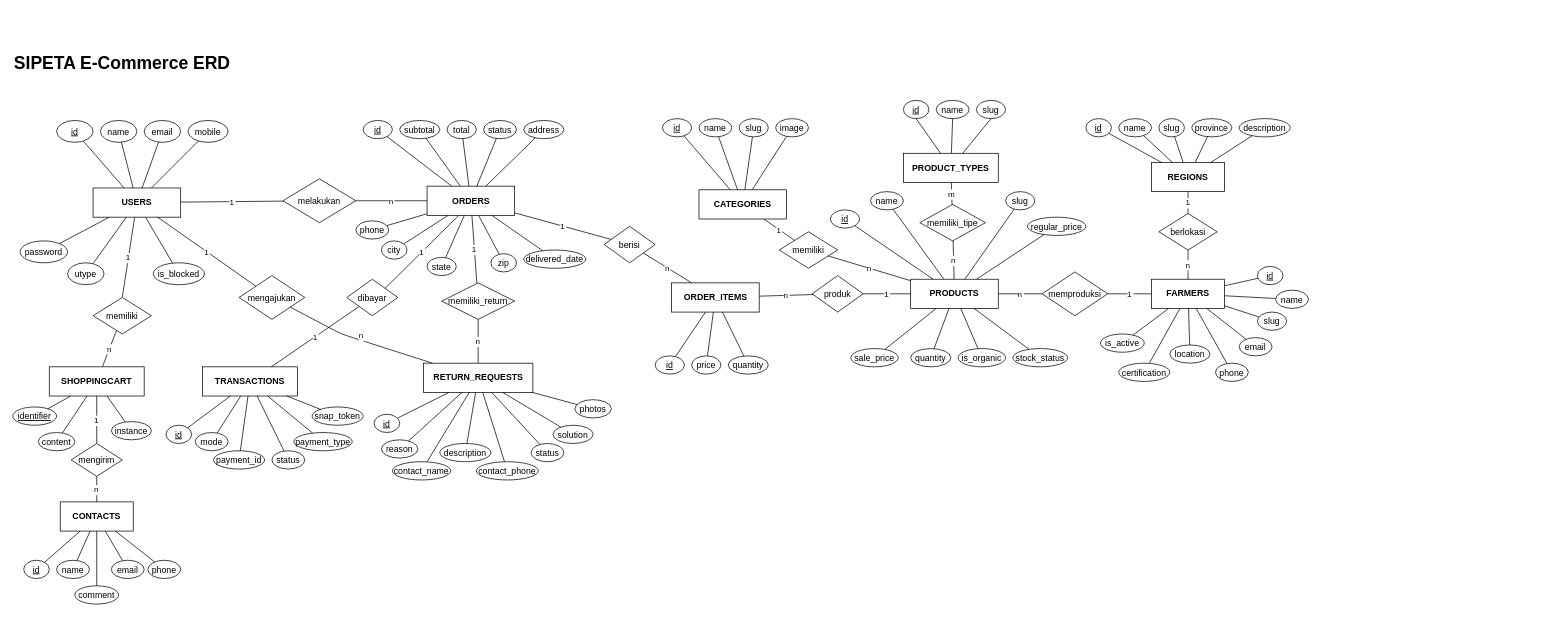
ANNN0/SIPETA keeps this draw.io diagram as page "SIPETA ERD" (1 of 2) of docs/sipeta_erd_chen.drawio. Above is the earlier version. Source tidied: cells renumbered, new cells numbered last; positions are measured from the earlier drawing's top-left corner, leaving out a move shared by most shapes. Both pictures are drawn from the tidied source at 73%, with x=0, y=0 at pixel (12, 49).
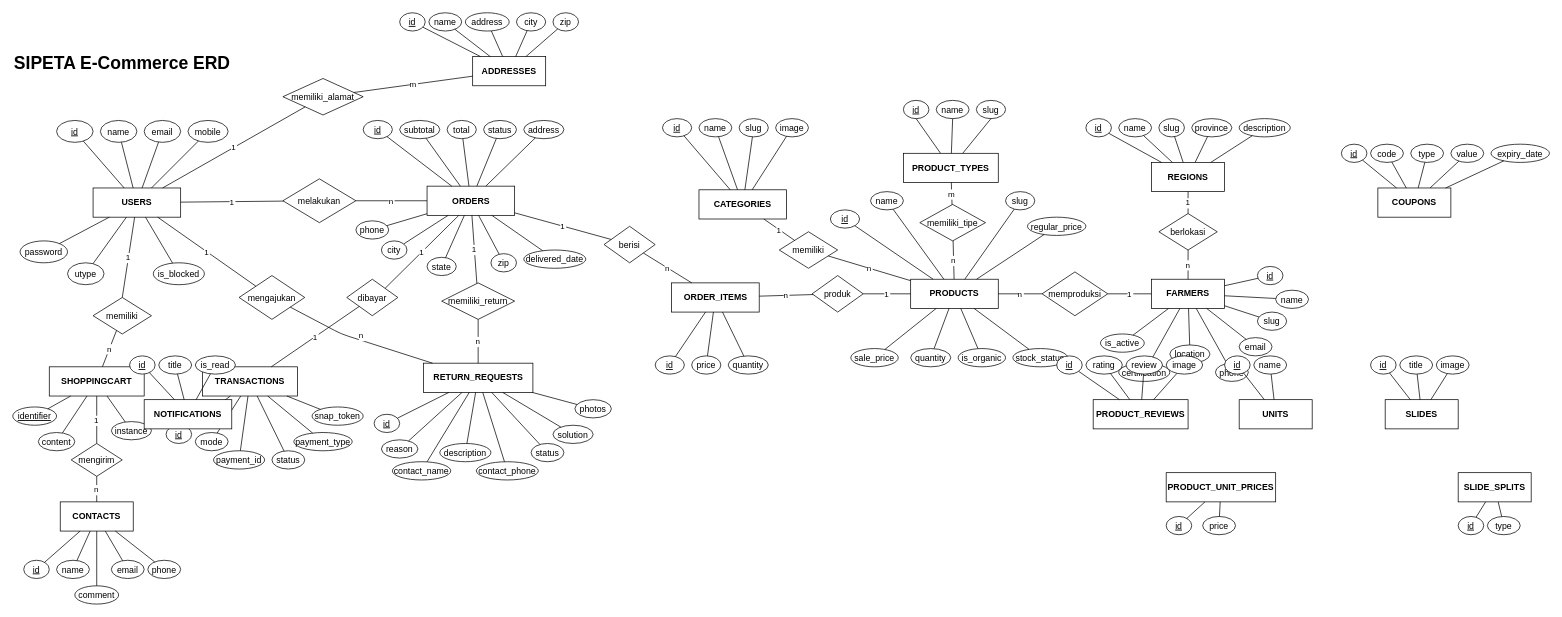
Above is the later version.

The change refers to these unchanged cells:
```xml
<mxCell id="3" value="USERS" style="rounded=0;whiteSpace=wrap;html=1;fontStyle=1;fillColor=#ffffff;strokeColor=#000000;" parent="1" vertex="1">
  <mxGeometry x="110" y="190" width="120" height="40" as="geometry" />
</mxCell>
```

The edit, as a diff of the source:
```diff
@@
+    <mxCell id="191" value="COUPONS" style="rounded=0;whiteSpace=wrap;html=1;fontStyle=1;fillColor=#ffffff;strokeColor=#000000;" parent="1" vertex="1">
+      <mxGeometry x="1870" y="190" width="100" height="40" as="geometry" />
+    </mxCell>
+    <mxCell id="192" value="id" style="ellipse;fillColor=#ffffff;strokeColor=#000000;fontStyle=4;" parent="1" vertex="1">
+      <mxGeometry x="1820" y="130" width="35" height="25" as="geometry" />
+    </mxCell>
+    <mxCell id="193" value="code" style="ellipse;fillColor=#ffffff;strokeColor=#000000;" parent="1" vertex="1">
+      <mxGeometry x="1860" y="130" width="45" height="25" as="geometry" />
+    </mxCell>
+    <mxCell id="194" value="type" style="ellipse;fillColor=#ffffff;strokeColor=#000000;" parent="1" vertex="1">
+      <mxGeometry x="1915" y="130" width="45" height="25" as="geometry" />
+    </mxCell>
+    <mxCell id="195" value="value" style="ellipse;fillColor=#ffffff;strokeColor=#000000;" parent="1" vertex="1">
+      <mxGeometry x="1970" y="130" width="45" height="25" as="geometry" />
+    </mxCell>
+    <mxCell id="196" value="expiry_date" style="ellipse;fillColor=#ffffff;strokeColor=#000000;" parent="1" vertex="1">
+      <mxGeometry x="2025" y="130" width="80" height="25" as="geometry" />
+    </mxCell>
+    <mxCell id="197" style="endArrow=none;strokeColor=#000000;" parent="1" edge="1" source="191" target="192">
+      <mxGeometry as="geometry" />
+    </mxCell>
+    <mxCell id="198" style="endArrow=none;strokeColor=#000000;" parent="1" edge="1" source="191" target="193">
+      <mxGeometry as="geometry" />
+    </mxCell>
+    <mxCell id="199" style="endArrow=none;strokeColor=#000000;" parent="1" edge="1" source="191" target="194">
+      <mxGeometry as="geometry" />
+    </mxCell>
+    <mxCell id="200" style="endArrow=none;strokeColor=#000000;" parent="1" edge="1" source="191" target="195">
+      <mxGeometry as="geometry" />
+    </mxCell>
+    <mxCell id="201" style="endArrow=none;strokeColor=#000000;" parent="1" edge="1" source="191" target="196">
+      <mxGeometry as="geometry" />
+    </mxCell>
+    <mxCell id="202" value="ADDRESSES" style="rounded=0;whiteSpace=wrap;html=1;fontStyle=1;fillColor=#ffffff;strokeColor=#000000;" parent="1" vertex="1">
+      <mxGeometry x="630" y="10" width="100" height="40" as="geometry" />
+    </mxCell>
+    <mxCell id="203" value="id" style="ellipse;fillColor=#ffffff;strokeColor=#000000;fontStyle=4;" parent="1" vertex="1">
+      <mxGeometry x="530" y="-50" width="35" height="25" as="geometry" />
+    </mxCell>
+    <mxCell id="204" value="name" style="ellipse;fillColor=#ffffff;strokeColor=#000000;" parent="1" vertex="1">
+      <mxGeometry x="570" y="-50" width="45" height="25" as="geometry" />
+    </mxCell>
+    <mxCell id="205" value="address" style="ellipse;fillColor=#ffffff;strokeColor=#000000;" parent="1" vertex="1">
+      <mxGeometry x="620" y="-50" width="60" height="25" as="geometry" />
+    </mxCell>
+    <mxCell id="206" value="city" style="ellipse;fillColor=#ffffff;strokeColor=#000000;" parent="1" vertex="1">
+      <mxGeometry x="690" y="-50" width="40" height="25" as="geometry" />
+    </mxCell>
+    <mxCell id="207" value="zip" style="ellipse;fillColor=#ffffff;strokeColor=#000000;" parent="1" vertex="1">
+      <mxGeometry x="740" y="-50" width="35" height="25" as="geometry" />
+    </mxCell>
+    <mxCell id="208" style="endArrow=none;strokeColor=#000000;" parent="1" edge="1" source="202" target="203">
+      <mxGeometry as="geometry" />
+    </mxCell>
+    <mxCell id="209" style="endArrow=none;strokeColor=#000000;" parent="1" edge="1" source="202" target="204">
+      <mxGeometry as="geometry" />
+    </mxCell>
+    <mxCell id="210" style="endArrow=none;strokeColor=#000000;" parent="1" edge="1" source="202" target="205">
+      <mxGeometry as="geometry" />
+    </mxCell>
+    <mxCell id="211" style="endArrow=none;strokeColor=#000000;" parent="1" edge="1" source="202" target="206">
+      <mxGeometry as="geometry" />
+    </mxCell>
+    <mxCell id="212" style="endArrow=none;strokeColor=#000000;" parent="1" edge="1" source="202" target="207">
+      <mxGeometry as="geometry" />
+    </mxCell>
+    <mxCell id="213" value="memiliki_alamat" style="rhombus;fillColor=#ffffff;strokeColor=#000000;" parent="1" vertex="1">
+      <mxGeometry x="370" y="40" width="110" height="50" as="geometry" />
+    </mxCell>
+    <mxCell id="214" value="1" style="endArrow=none;strokeColor=#000000;" parent="1" edge="1" source="3" target="213">
+      <mxGeometry as="geometry" />
+    </mxCell>
+    <mxCell id="215" value="m" style="endArrow=none;strokeColor=#000000;" parent="1" edge="1" source="213" target="202">
+      <mxGeometry as="geometry" />
+    </mxCell>
+    <mxCell id="216" value="PRODUCT_REVIEWS" style="rounded=0;whiteSpace=wrap;html=1;fontStyle=1;fillColor=#ffffff;strokeColor=#000000;" parent="1" vertex="1">
+      <mxGeometry x="1480" y="480" width="130" height="40" as="geometry" />
+    </mxCell>
+    <mxCell id="217" value="id" style="ellipse;fillColor=#ffffff;strokeColor=#000000;fontStyle=4;" parent="1" vertex="1">
+      <mxGeometry x="1430" y="420" width="35" height="25" as="geometry" />
+    </mxCell>
+    <mxCell id="218" value="rating" style="ellipse;fillColor=#ffffff;strokeColor=#000000;" parent="1" vertex="1">
+      <mxGeometry x="1470" y="420" width="50" height="25" as="geometry" />
+    </mxCell>
+    <mxCell id="219" value="review" style="ellipse;fillColor=#ffffff;strokeColor=#000000;" parent="1" vertex="1">
+      <mxGeometry x="1525" y="420" width="50" height="25" as="geometry" />
+    </mxCell>
+    <mxCell id="220" value="image" style="ellipse;fillColor=#ffffff;strokeColor=#000000;" parent="1" vertex="1">
+      <mxGeometry x="1580" y="420" width="50" height="25" as="geometry" />
+    </mxCell>
+    <mxCell id="221" style="endArrow=none;strokeColor=#000000;" parent="1" edge="1" source="216" target="217">
+      <mxGeometry as="geometry" />
+    </mxCell>
+    <mxCell id="222" style="endArrow=none;strokeColor=#000000;" parent="1" edge="1" source="216" target="218">
+      <mxGeometry as="geometry" />
+    </mxCell>
+    <mxCell id="223" style="endArrow=none;strokeColor=#000000;" parent="1" edge="1" source="216" target="219">
+      <mxGeometry as="geometry" />
+    </mxCell>
+    <mxCell id="224" style="endArrow=none;strokeColor=#000000;" parent="1" edge="1" source="216" target="220">
+      <mxGeometry as="geometry" />
+    </mxCell>
+    <mxCell id="225" value="UNITS" style="rounded=0;whiteSpace=wrap;html=1;fontStyle=1;fillColor=#ffffff;strokeColor=#000000;" parent="1" vertex="1">
+      <mxGeometry x="1680" y="480" width="100" height="40" as="geometry" />
+    </mxCell>
+    <mxCell id="226" value="id" style="ellipse;fillColor=#ffffff;strokeColor=#000000;fontStyle=4;" parent="1" vertex="1">
+      <mxGeometry x="1660" y="420" width="35" height="25" as="geometry" />
+    </mxCell>
+    <mxCell id="227" value="name" style="ellipse;fillColor=#ffffff;strokeColor=#000000;" parent="1" vertex="1">
+      <mxGeometry x="1700" y="420" width="45" height="25" as="geometry" />
+    </mxCell>
+    <mxCell id="228" style="endArrow=none;strokeColor=#000000;" parent="1" edge="1" source="225" target="226">
+      <mxGeometry as="geometry" />
+    </mxCell>
+    <mxCell id="229" style="endArrow=none;strokeColor=#000000;" parent="1" edge="1" source="225" target="227">
+      <mxGeometry as="geometry" />
+    </mxCell>
+    <mxCell id="230" value="PRODUCT_UNIT_PRICES" style="rounded=0;whiteSpace=wrap;html=1;fontStyle=1;fillColor=#ffffff;strokeColor=#000000;" parent="1" vertex="1">
+      <mxGeometry x="1580" y="580" width="150" height="40" as="geometry" />
+    </mxCell>
+    <mxCell id="231" value="id" style="ellipse;fillColor=#ffffff;strokeColor=#000000;fontStyle=4;" parent="1" vertex="1">
+      <mxGeometry x="1580" y="640" width="35" height="25" as="geometry" />
+    </mxCell>
+    <mxCell id="232" value="price" style="ellipse;fillColor=#ffffff;strokeColor=#000000;" parent="1" vertex="1">
+      <mxGeometry x="1630" y="640" width="45" height="25" as="geometry" />
+    </mxCell>
+    <mxCell id="233" style="endArrow=none;strokeColor=#000000;" parent="1" edge="1" source="230" target="231">
+      <mxGeometry as="geometry" />
+    </mxCell>
+    <mxCell id="234" style="endArrow=none;strokeColor=#000000;" parent="1" edge="1" source="230" target="232">
+      <mxGeometry as="geometry" />
+    </mxCell>
+    <mxCell id="235" value="SLIDES" style="rounded=0;whiteSpace=wrap;html=1;fontStyle=1;fillColor=#ffffff;strokeColor=#000000;" parent="1" vertex="1">
+      <mxGeometry x="1880" y="480" width="100" height="40" as="geometry" />
+    </mxCell>
+    <mxCell id="236" value="id" style="ellipse;fillColor=#ffffff;strokeColor=#000000;fontStyle=4;" parent="1" vertex="1">
+      <mxGeometry x="1860" y="420" width="35" height="25" as="geometry" />
+    </mxCell>
+    <mxCell id="237" value="title" style="ellipse;fillColor=#ffffff;strokeColor=#000000;" parent="1" vertex="1">
+      <mxGeometry x="1900" y="420" width="45" height="25" as="geometry" />
+    </mxCell>
+    <mxCell id="238" value="image" style="ellipse;fillColor=#ffffff;strokeColor=#000000;" parent="1" vertex="1">
+      <mxGeometry x="1950" y="420" width="45" height="25" as="geometry" />
+    </mxCell>
+    <mxCell id="239" style="endArrow=none;strokeColor=#000000;" parent="1" edge="1" source="235" target="236">
+      <mxGeometry as="geometry" />
+    </mxCell>
+    <mxCell id="240" style="endArrow=none;strokeColor=#000000;" parent="1" edge="1" source="235" target="237">
+      <mxGeometry as="geometry" />
+    </mxCell>
+    <mxCell id="241" style="endArrow=none;strokeColor=#000000;" parent="1" edge="1" source="235" target="238">
+      <mxGeometry as="geometry" />
+    </mxCell>
+    <mxCell id="242" value="SLIDE_SPLITS" style="rounded=0;whiteSpace=wrap;html=1;fontStyle=1;fillColor=#ffffff;strokeColor=#000000;" parent="1" vertex="1">
+      <mxGeometry x="1980" y="580" width="100" height="40" as="geometry" />
+    </mxCell>
+    <mxCell id="243" value="id" style="ellipse;fillColor=#ffffff;strokeColor=#000000;fontStyle=4;" parent="1" vertex="1">
+      <mxGeometry x="1980" y="640" width="35" height="25" as="geometry" />
+    </mxCell>
+    <mxCell id="244" value="type" style="ellipse;fillColor=#ffffff;strokeColor=#000000;" parent="1" vertex="1">
+      <mxGeometry x="2020" y="640" width="45" height="25" as="geometry" />
+    </mxCell>
+    <mxCell id="245" style="endArrow=none;strokeColor=#000000;" parent="1" edge="1" source="242" target="243">
+      <mxGeometry as="geometry" />
+    </mxCell>
+    <mxCell id="246" style="endArrow=none;strokeColor=#000000;" parent="1" edge="1" source="242" target="244">
+      <mxGeometry as="geometry" />
+    </mxCell>
+    <mxCell id="247" value="NOTIFICATIONS" style="rounded=0;whiteSpace=wrap;html=1;fontStyle=1;fillColor=#ffffff;strokeColor=#000000;" parent="1" vertex="1">
+      <mxGeometry x="180" y="480" width="120" height="40" as="geometry" />
+    </mxCell>
+    <mxCell id="248" value="id" style="ellipse;fillColor=#ffffff;strokeColor=#000000;fontStyle=4;" parent="1" vertex="1">
+      <mxGeometry x="160" y="420" width="35" height="25" as="geometry" />
+    </mxCell>
+    <mxCell id="249" value="title" style="ellipse;fillColor=#ffffff;strokeColor=#000000;" parent="1" vertex="1">
+      <mxGeometry x="200" y="420" width="45" height="25" as="geometry" />
+    </mxCell>
+    <mxCell id="250" value="is_read" style="ellipse;fillColor=#ffffff;strokeColor=#000000;" parent="1" vertex="1">
+      <mxGeometry x="250" y="420" width="55" height="25" as="geometry" />
+    </mxCell>
+    <mxCell id="251" style="endArrow=none;strokeColor=#000000;" parent="1" edge="1" source="247" target="248">
+      <mxGeometry as="geometry" />
+    </mxCell>
+    <mxCell id="252" style="endArrow=none;strokeColor=#000000;" parent="1" edge="1" source="247" target="249">
+      <mxGeometry as="geometry" />
+    </mxCell>
+    <mxCell id="253" style="endArrow=none;strokeColor=#000000;" parent="1" edge="1" source="247" target="250">
+      <mxGeometry as="geometry" />
+    </mxCell>
```
